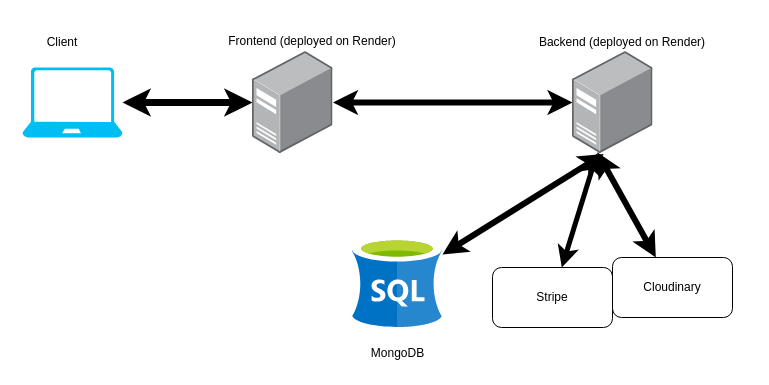
Above: readme_assets/food-ordering-app-fullstack-structure.drawio in Raychen0617/car-shop-app-frontend (draw.io), before the change. Source tidied: cells renumbered, new cells numbered last; positions are measured from the earlier drawing's top-left corner, leaving out a move shared by most shapes. Both pictures are drawn from the tidied source at 100%, with x=0, y=0 at pixel (17, 17).
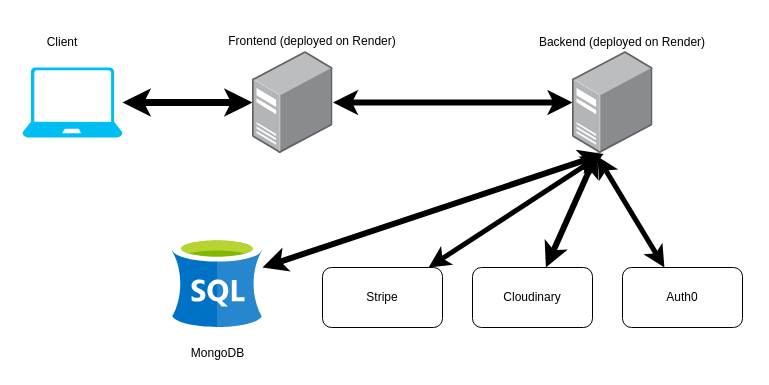
The same diagram, later.

The edit, as a diff of the source:
```diff
@@
 <mxGraphModel>
   <root>
     <mxCell id="0" />
     <mxCell id="1" parent="0" />
     <mxCell id="2" style="edgeStyle=orthogonalEdgeStyle;rounded=0;jettySize=auto;html=1;strokeWidth=7;curved=0;startArrow=classic;startFill=1;" parent="1" edge="1" source="3" target="5">
       <mxGeometry relative="1" as="geometry" />
     </mxCell>
     <mxCell id="3" style="verticalLabelPosition=bottom;html=1;verticalAlign=top;align=center;strokeColor=none;fillColor=#00BEF2;shape=mxgraph.azure.laptop;" parent="1" vertex="1">
       <mxGeometry x="5" y="50" width="100" height="70" as="geometry" />
     </mxCell>
     <mxCell id="4" style="edgeStyle=orthogonalEdgeStyle;rounded=0;jettySize=auto;html=1;strokeWidth=6;startArrow=classic;startFill=1;" parent="1" edge="1" source="5" target="9">
       <mxGeometry relative="1" as="geometry" />
     </mxCell>
     <mxCell id="5" style="image;points=[];html=1;align=center;shadow=0;dashed=0;image=img/lib/allied_telesis/computer_and_terminals/Server_Desktop.svg;" parent="1" vertex="1">
       <mxGeometry x="235" y="34" width="80.5" height="102" as="geometry" />
     </mxCell>
-    <mxCell id="6" style="rounded=0;jettySize=auto;html=1;strokeWidth=5;startArrow=classic;startFill=1;" parent="1" edge="1" source="9" target="14">
+    <mxCell id="6" style="rounded=0;jettySize=auto;html=1;strokeWidth=5;startArrow=classic;startFill=1;exitX=0.378;exitY=1.004;exitDx=0;exitDy=0;exitPerimeter=0;" parent="1" edge="1" source="9" target="14">
       <mxGeometry relative="1" as="geometry" />
     </mxCell>
     <mxCell id="7" style="rounded=0;jettySize=auto;html=1;strokeWidth=6;exitX=0.308;exitY=0.988;exitDx=0;exitDy=0;exitPerimeter=0;startArrow=classic;startFill=1;" parent="1" edge="1" source="9" target="15">
       <mxGeometry relative="1" as="geometry" />
     </mxCell>
     <mxCell id="8" style="rounded=0;jettySize=auto;html=1;strokeWidth=6;startArrow=classic;startFill=1;exitX=0.388;exitY=1.004;exitDx=0;exitDy=0;exitPerimeter=0;" parent="1" edge="1" source="9" target="13">
       <mxGeometry relative="1" as="geometry" />
     </mxCell>
+    <mxCell id="17" style="rounded=0;jettySize=auto;html=1;exitX=0.308;exitY=1.027;exitDx=0;exitDy=0;exitPerimeter=0;strokeWidth=5;startArrow=classic;startFill=1;" parent="1" edge="1" source="9" target="18">
+      <mxGeometry relative="1" as="geometry" />
+    </mxCell>
     <mxCell id="9" style="image;points=[];html=1;align=center;shadow=0;dashed=0;image=img/lib/allied_telesis/computer_and_terminals/Server_Desktop.svg;" parent="1" vertex="1">
       <mxGeometry x="555" y="34" width="80.5" height="102" as="geometry" />
     </mxCell>
     <mxCell id="10" value="Client" style="text;html=1;align=center;verticalAlign=middle;whiteSpace=wrap;rounded=0;" parent="1" vertex="1">
       <mxGeometry width="90" height="50" as="geometry" />
     </mxCell>
     <mxCell id="11" value="Frontend (deployed on Render)" style="text;html=1;align=center;verticalAlign=middle;whiteSpace=wrap;rounded=0;" parent="1" vertex="1">
       <mxGeometry x="165" y="14" width="260" height="20" as="geometry" />
     </mxCell>
     <mxCell id="12" value="Backend (deployed on Render)" style="text;html=1;align=center;verticalAlign=middle;whiteSpace=wrap;rounded=0;" parent="1" vertex="1">
       <mxGeometry x="475" y="15" width="260" height="20" as="geometry" />
     </mxCell>
     <mxCell id="13" style="image;sketch=0;html=1;points=[];align=center;fontSize=12;image=img/lib/mscae/dep/SQL_Server_Stretch_DB.svg;" parent="1" vertex="1">
-      <mxGeometry x="335" y="220" width="90" height="90" as="geometry" />
+      <mxGeometry x="155" y="220" width="90" height="90" as="geometry" />
     </mxCell>
     <mxCell id="14" value="Stripe" style="rounded=1;whiteSpace=wrap;html=1;" parent="1" vertex="1">
-      <mxGeometry x="475" y="250" width="120" height="60" as="geometry" />
+      <mxGeometry x="305" y="250" width="120" height="60" as="geometry" />
     </mxCell>
     <mxCell id="15" value="Cloudinary" style="rounded=1;whiteSpace=wrap;html=1;" parent="1" vertex="1">
-      <mxGeometry x="595" y="240" width="120" height="60" as="geometry" />
+      <mxGeometry x="455" y="250" width="120" height="60" as="geometry" />
     </mxCell>
     <mxCell id="16" value="MongoDB" style="text;html=1;align=center;verticalAlign=middle;strokeColor=none;fillColor=none;" parent="1" vertex="1">
-      <mxGeometry x="335" y="321" width="90" height="30" as="geometry" />
+      <mxGeometry x="155" y="321" width="90" height="30" as="geometry" />
     </mxCell>
+    <mxCell id="18" value="Auth0" style="rounded=1;whiteSpace=wrap;html=1;" parent="1" vertex="1">
+      <mxGeometry x="605" y="250" width="120" height="60" as="geometry" />
+    </mxCell>
   </root>
 </mxGraphModel>
```
